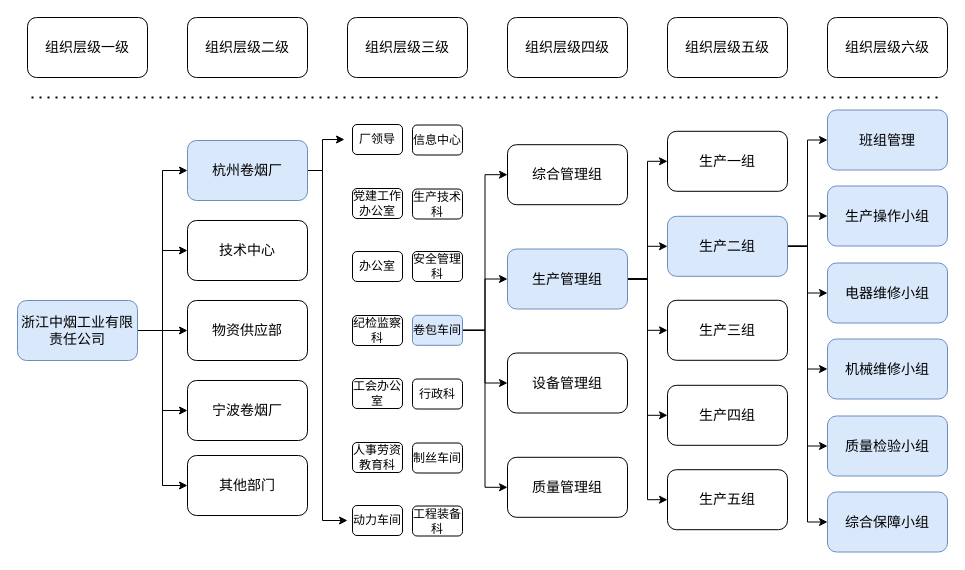
Earlier version of the draw.io diagram 组织层级.drawio (hmh38324/diagrams). Source tidied: cells renumbered, new cells numbered last; positions are measured from the earlier drawing's top-left corner, leaving out a move shared by most shapes. Both pictures are drawn from the tidied source at 100%, with x=0, y=0 at pixel (17, 17).
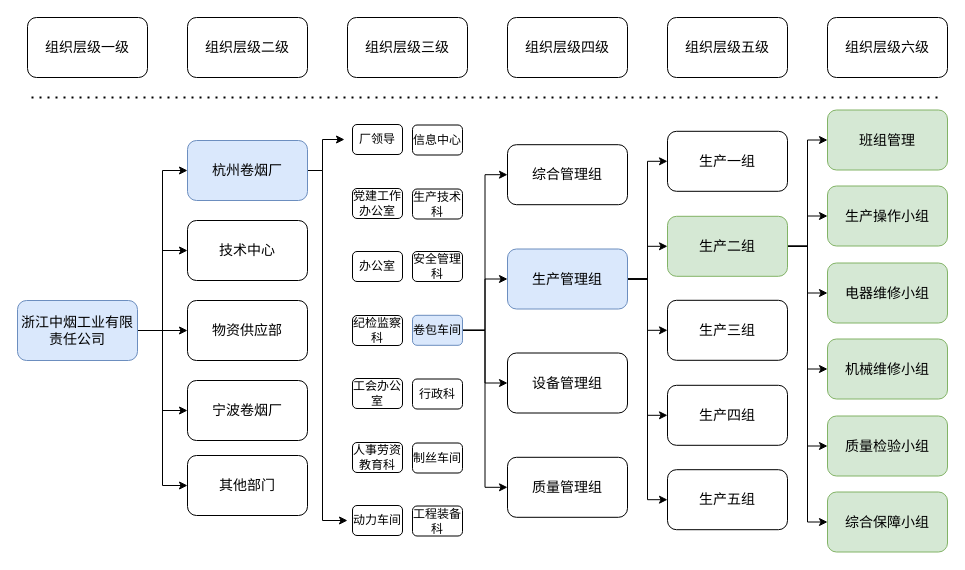
The same diagram, later.

Commit message:
更新组织层级.drawio

Change to the diagram source:
```diff
@@
-    <mxCell id="54" value="生产二组" style="rounded=1;whiteSpace=wrap;html=1;fillColor=#dae8fc;strokeColor=#6c8ebf;fontSize=14;" parent="1" vertex="1">
+    <mxCell id="54" value="生产二组" style="rounded=1;whiteSpace=wrap;html=1;fontSize=14;fillColor=#d5e8d4;strokeColor=#82b366;" parent="1" vertex="1">
       <mxGeometry x="650" y="198.8" width="120" height="60" as="geometry" />
     </mxCell>
@@
-    <mxCell id="58" value="&lt;div style=&quot;text-align: start;&quot;&gt;班组管理&lt;/div&gt;" style="rounded=1;whiteSpace=wrap;html=1;fillColor=#dae8fc;strokeColor=#6c8ebf;fontSize=14;" parent="1" vertex="1">
+    <mxCell id="58" value="&lt;div style=&quot;text-align: start;&quot;&gt;班组管理&lt;/div&gt;" style="rounded=1;whiteSpace=wrap;html=1;fontSize=14;fillColor=#d5e8d4;strokeColor=#82b366;" parent="1" vertex="1">
       <mxGeometry x="810" y="92.5" width="120" height="60" as="geometry" />
     </mxCell>
-    <mxCell id="59" value="生产操作小组" style="rounded=1;whiteSpace=wrap;html=1;fillColor=#dae8fc;strokeColor=#6c8ebf;fontSize=14;" parent="1" vertex="1">
+    <mxCell id="59" value="生产操作小组" style="rounded=1;whiteSpace=wrap;html=1;fontSize=14;fillColor=#d5e8d4;strokeColor=#82b366;" parent="1" vertex="1">
       <mxGeometry x="810" y="168.5" width="120" height="60" as="geometry" />
     </mxCell>
-    <mxCell id="60" value="电器维修小组" style="rounded=1;whiteSpace=wrap;html=1;fillColor=#dae8fc;strokeColor=#6c8ebf;fontSize=14;" parent="1" vertex="1">
+    <mxCell id="60" value="电器维修小组" style="rounded=1;whiteSpace=wrap;html=1;fontSize=14;fillColor=#d5e8d4;strokeColor=#82b366;" parent="1" vertex="1">
       <mxGeometry x="810" y="245.5" width="120" height="60" as="geometry" />
     </mxCell>
-    <mxCell id="61" value="机械维修小组" style="rounded=1;whiteSpace=wrap;html=1;fillColor=#dae8fc;strokeColor=#6c8ebf;fontSize=14;" parent="1" vertex="1">
+    <mxCell id="61" value="机械维修小组" style="rounded=1;whiteSpace=wrap;html=1;fontSize=14;fillColor=#d5e8d4;strokeColor=#82b366;" parent="1" vertex="1">
       <mxGeometry x="810" y="321.5" width="120" height="60" as="geometry" />
     </mxCell>
-    <mxCell id="62" value="质量检验小组" style="rounded=1;whiteSpace=wrap;html=1;fillColor=#dae8fc;strokeColor=#6c8ebf;fontSize=14;" parent="1" vertex="1">
+    <mxCell id="62" value="质量检验小组" style="rounded=1;whiteSpace=wrap;html=1;fontSize=14;fillColor=#d5e8d4;strokeColor=#82b366;" parent="1" vertex="1">
       <mxGeometry x="810" y="398.5" width="120" height="60" as="geometry" />
     </mxCell>
-    <mxCell id="63" value="综合保障小组" style="rounded=1;whiteSpace=wrap;html=1;fillColor=#dae8fc;strokeColor=#6c8ebf;fontSize=14;" parent="1" vertex="1">
+    <mxCell id="63" value="综合保障小组" style="rounded=1;whiteSpace=wrap;html=1;fontSize=14;fillColor=#d5e8d4;strokeColor=#82b366;" parent="1" vertex="1">
       <mxGeometry x="810" y="474.5" width="120" height="60" as="geometry" />
     </mxCell>
```
